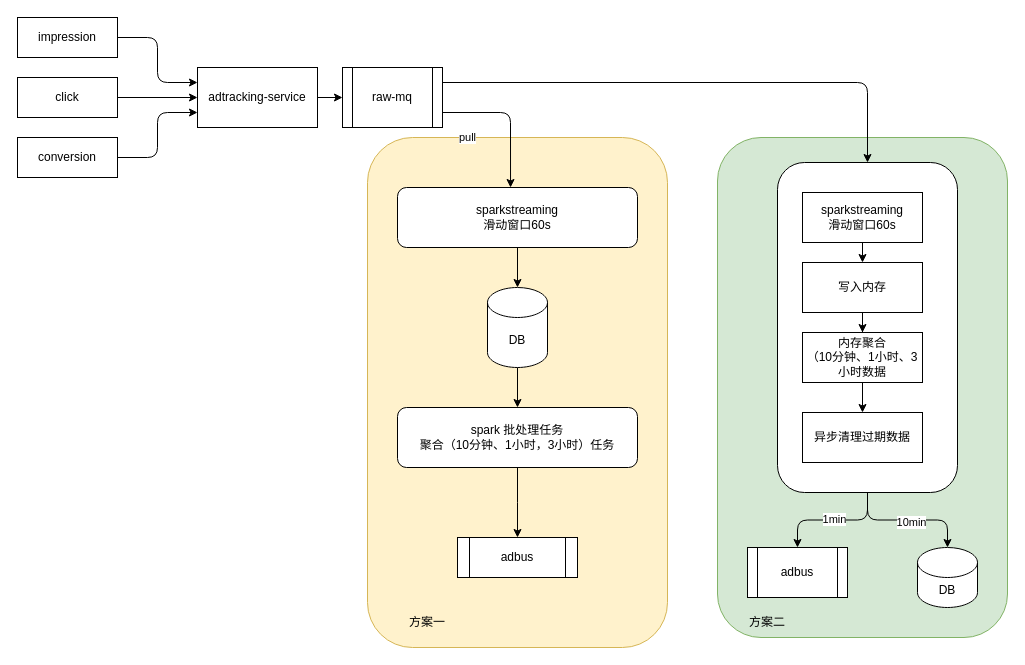
The draw.io diagram page "实时数据流" (2 of 2) of source/diagrams/ads.drawio in wxquare/wxquare.github.io, before the edit. Source tidied: cells renumbered, new cells numbered last; positions are measured from the earlier drawing's top-left corner, leaving out a move shared by most shapes. Both pictures are drawn from the tidied source at 100%, with x=0, y=0 at pixel (17, 17).
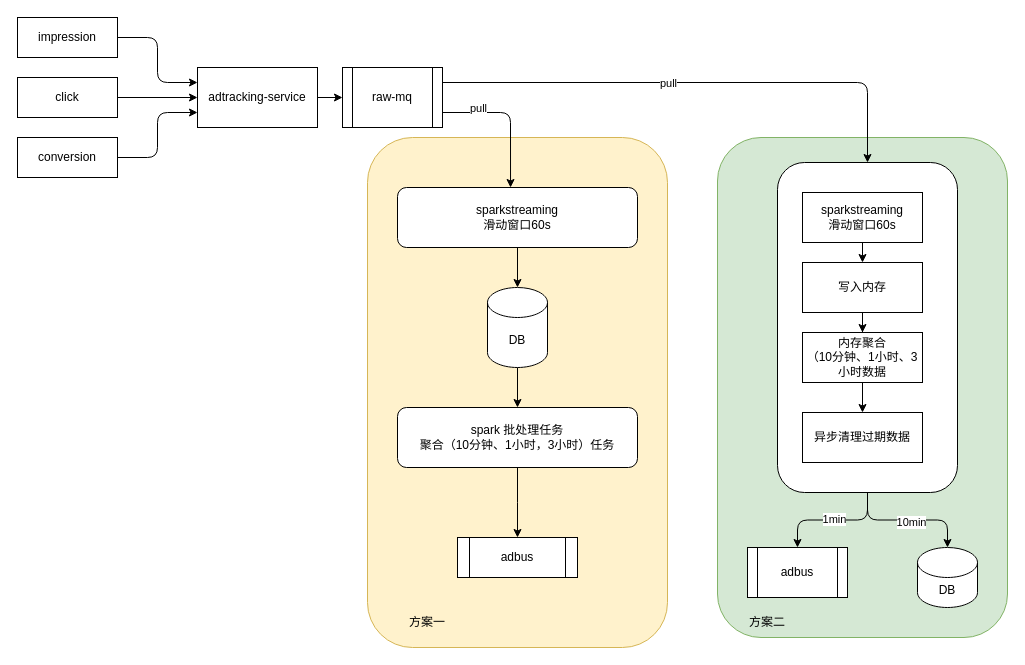
The same diagram, later.

The change refers to these unchanged cells:
```xml
<mxCell id="7" style="edgeStyle=orthogonalEdgeStyle;rounded=1;jettySize=auto;html=1;exitX=1;exitY=0.25;exitDx=0;exitDy=0;entryX=0.5;entryY=0;entryDx=0;entryDy=0;" parent="1" edge="1" source="8" target="6">
  <mxGeometry relative="1" as="geometry" />
</mxCell>
<mxCell id="32" style="edgeStyle=orthogonalEdgeStyle;rounded=1;jettySize=auto;html=1;exitX=1;exitY=0.75;exitDx=0;exitDy=0;entryX=0.471;entryY=0;entryDx=0;entryDy=0;entryPerimeter=0;" parent="1" edge="1" source="8" target="15">
  <mxGeometry relative="1" as="geometry" />
</mxCell>
```

Diff of the diagram source:
```diff
@@
+    <mxCell id="39" value="pull" style="edgeLabel;html=1;align=center;verticalAlign=middle;" parent="7" vertex="1">
+      <mxGeometry x="-0.11" relative="1" as="geometry" />
+    </mxCell>
@@
     <mxCell id="33" value="pull" style="edgeLabel;html=1;align=center;verticalAlign=middle;" parent="32" vertex="1">
       <mxGeometry x="0.29" y="-3" relative="1" as="geometry">
-        <mxPoint x="-41" as="offset" />
+        <mxPoint x="-30" y="-29" as="offset" />
       </mxGeometry>
     </mxCell>
```
